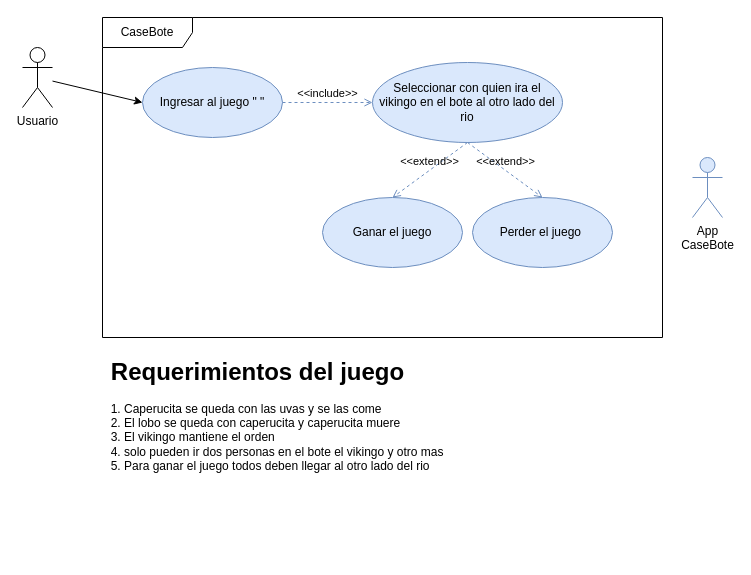
Earlier version of the draw.io diagram Design/UseCase.drawio (matiSae/CasoBote). Source tidied: cells renumbered, new cells numbered last; positions are measured from the earlier drawing's top-left corner, leaving out a move shared by most shapes. Both pictures are drawn from the tidied source at 100%, with x=0, y=0 at pixel (22, 17).
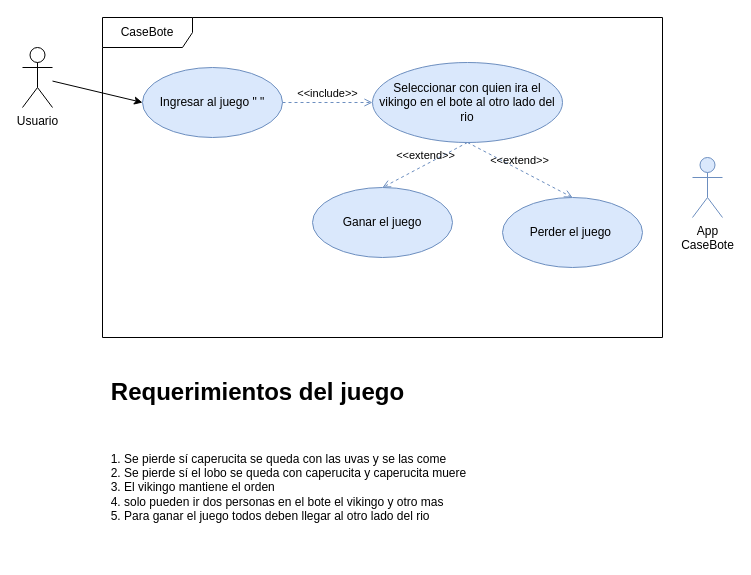
After the change.

The edit, as a diff of the source:
```diff
@@
 <mxGraphModel>
   <root>
     <mxCell id="0" />
     <mxCell id="1" parent="0" />
     <mxCell id="2" value="CaseBote" style="shape=umlFrame;whiteSpace=wrap;html=1;width=90;height=30;" parent="1" vertex="1">
       <mxGeometry x="80" width="560" height="320" as="geometry" />
     </mxCell>
     <mxCell id="3" style="edgeStyle=none;html=1;entryX=0;entryY=0.5;entryDx=0;entryDy=0;" parent="1" edge="1" source="4" target="6">
       <mxGeometry relative="1" as="geometry" />
     </mxCell>
     <mxCell id="4" value="Usuario" style="shape=umlActor;verticalLabelPosition=bottom;verticalAlign=top;html=1;" parent="1" vertex="1">
       <mxGeometry y="30" width="30" height="60" as="geometry" />
     </mxCell>
     <mxCell id="5" value="App&lt;div&gt;CaseBote&lt;/div&gt;" style="shape=umlActor;verticalLabelPosition=bottom;verticalAlign=top;html=1;fillColor=#dae8fc;strokeColor=#6c8ebf;" parent="1" vertex="1">
       <mxGeometry x="670" y="140" width="30" height="60" as="geometry" />
     </mxCell>
     <mxCell id="6" value="Ingresar al juego &quot; &quot;" style="ellipse;whiteSpace=wrap;html=1;fillColor=#dae8fc;strokeColor=#6c8ebf;" parent="1" vertex="1">
       <mxGeometry x="120" y="50" width="140" height="70" as="geometry" />
     </mxCell>
     <mxCell id="7" value="Seleccionar con quien ira el vikingo en el bote al otro lado del rio" style="ellipse;whiteSpace=wrap;html=1;fillColor=#dae8fc;strokeColor=#6c8ebf;" parent="1" vertex="1">
       <mxGeometry x="350" y="45" width="190" height="80" as="geometry" />
     </mxCell>
     <mxCell id="8" value="Ganar el juego" style="ellipse;whiteSpace=wrap;html=1;fillColor=#dae8fc;strokeColor=#6c8ebf;" parent="1" vertex="1">
-      <mxGeometry x="300" y="180" width="140" height="70" as="geometry" />
+      <mxGeometry x="290" y="170" width="140" height="70" as="geometry" />
     </mxCell>
     <mxCell id="9" value="Perder el juego&amp;nbsp;" style="ellipse;whiteSpace=wrap;html=1;fillColor=#dae8fc;strokeColor=#6c8ebf;" parent="1" vertex="1">
-      <mxGeometry x="450" y="180" width="140" height="70" as="geometry" />
+      <mxGeometry x="480" y="180" width="140" height="70" as="geometry" />
     </mxCell>
     <mxCell id="10" value="&amp;lt;&amp;lt;include&amp;gt;&amp;gt;" style="html=1;verticalAlign=bottom;labelBackgroundColor=none;endArrow=open;endFill=0;dashed=1;exitX=1;exitY=0.5;exitDx=0;exitDy=0;entryX=0;entryY=0.5;entryDx=0;entryDy=0;fillColor=#dae8fc;strokeColor=#6c8ebf;" parent="1" edge="1" source="6" target="7">
       <mxGeometry relative="1" as="geometry" />
     </mxCell>
     <mxCell id="11" value="&amp;lt;&amp;lt;extend&amp;gt;&amp;gt;" style="html=1;verticalAlign=bottom;labelBackgroundColor=none;endArrow=open;endFill=0;dashed=1;exitX=0.5;exitY=1;exitDx=0;exitDy=0;entryX=0.5;entryY=0;entryDx=0;entryDy=0;fillColor=#dae8fc;strokeColor=#6c8ebf;" parent="1" edge="1" source="7" target="8">
       <mxGeometry relative="1" as="geometry" />
     </mxCell>
     <mxCell id="12" value="&amp;lt;&amp;lt;extend&amp;gt;&amp;gt;" style="html=1;verticalAlign=bottom;labelBackgroundColor=none;endArrow=open;endFill=0;dashed=1;exitX=0.5;exitY=1;exitDx=0;exitDy=0;entryX=0.5;entryY=0;entryDx=0;entryDy=0;fillColor=#dae8fc;strokeColor=#6c8ebf;" parent="1" edge="1" source="7" target="9">
       <mxGeometry relative="1" as="geometry" />
     </mxCell>
-    <mxCell id="13" value="&lt;ol&gt;&lt;li&gt;Caperucita se queda con las uvas y se las come&lt;/li&gt;&lt;li&gt;El lobo se queda con caperucita y caperucita muere&lt;/li&gt;&lt;li&gt;El vikingo mantiene el orden&amp;nbsp;&lt;/li&gt;&lt;li&gt;solo pueden ir dos personas en el bote el vikingo y otro mas&lt;/li&gt;&lt;li&gt;Para ganar el juego todos deben llegar al otro lado del rio&lt;/li&gt;&lt;/ol&gt;" style="text;strokeColor=none;fillColor=none;html=1;whiteSpace=wrap;verticalAlign=middle;overflow=hidden;" parent="1" vertex="1">
-      <mxGeometry x="60" y="350" width="570" height="140" as="geometry" />
+    <mxCell id="13" value="&lt;ol&gt;&lt;li&gt;Se pierde sí caperucita se queda con las uvas y se las come&lt;/li&gt;&lt;li&gt;Se pierde sí el lobo se queda con caperucita y caperucita muere&lt;/li&gt;&lt;li&gt;El vikingo mantiene el orden&amp;nbsp;&lt;/li&gt;&lt;li&gt;solo pueden ir dos personas en el bote el vikingo y otro mas&lt;/li&gt;&lt;li&gt;Para ganar el juego todos deben llegar al otro lado del rio&lt;/li&gt;&lt;/ol&gt;" style="text;strokeColor=none;fillColor=none;html=1;whiteSpace=wrap;verticalAlign=middle;overflow=hidden;" parent="1" vertex="1">
+      <mxGeometry x="60" y="400" width="570" height="140" as="geometry" />
     </mxCell>
     <mxCell id="14" value="Requerimientos del juego" style="text;strokeColor=none;fillColor=none;html=1;fontSize=24;fontStyle=1;verticalAlign=middle;align=center;" parent="1" vertex="1">
-      <mxGeometry x="80" y="320" width="310" height="70" as="geometry" />
+      <mxGeometry x="80" y="340" width="310" height="70" as="geometry" />
     </mxCell>
   </root>
 </mxGraphModel>
```
